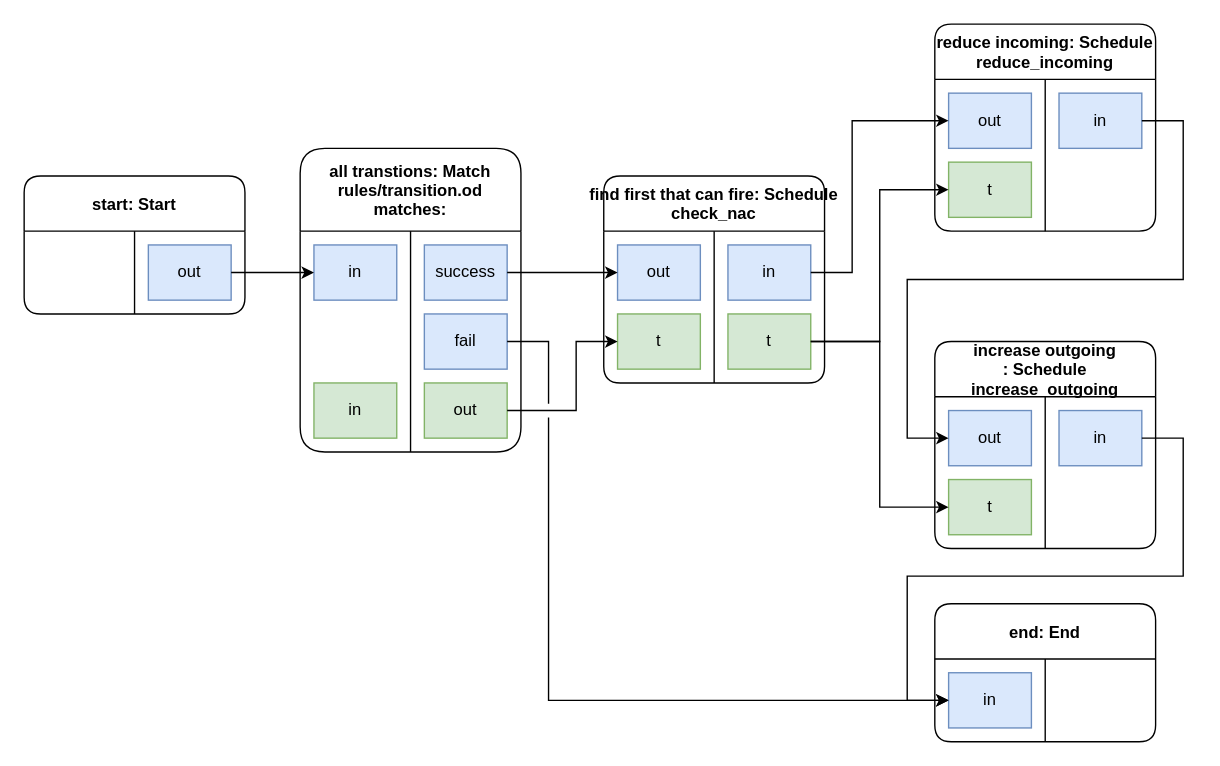
The draw.io diagram page "main" (1 of 4) of examples/petrinet/models/schedules/petrinet3.drawio in joeriexelmans/muMLE, before the edit. Source tidied: cells renumbered, new cells numbered last; positions are measured from the earlier drawing's top-left corner, leaving out a move shared by most shapes. Both pictures are drawn from the tidied source at 138%, with x=0, y=0 at pixel (23, 23).
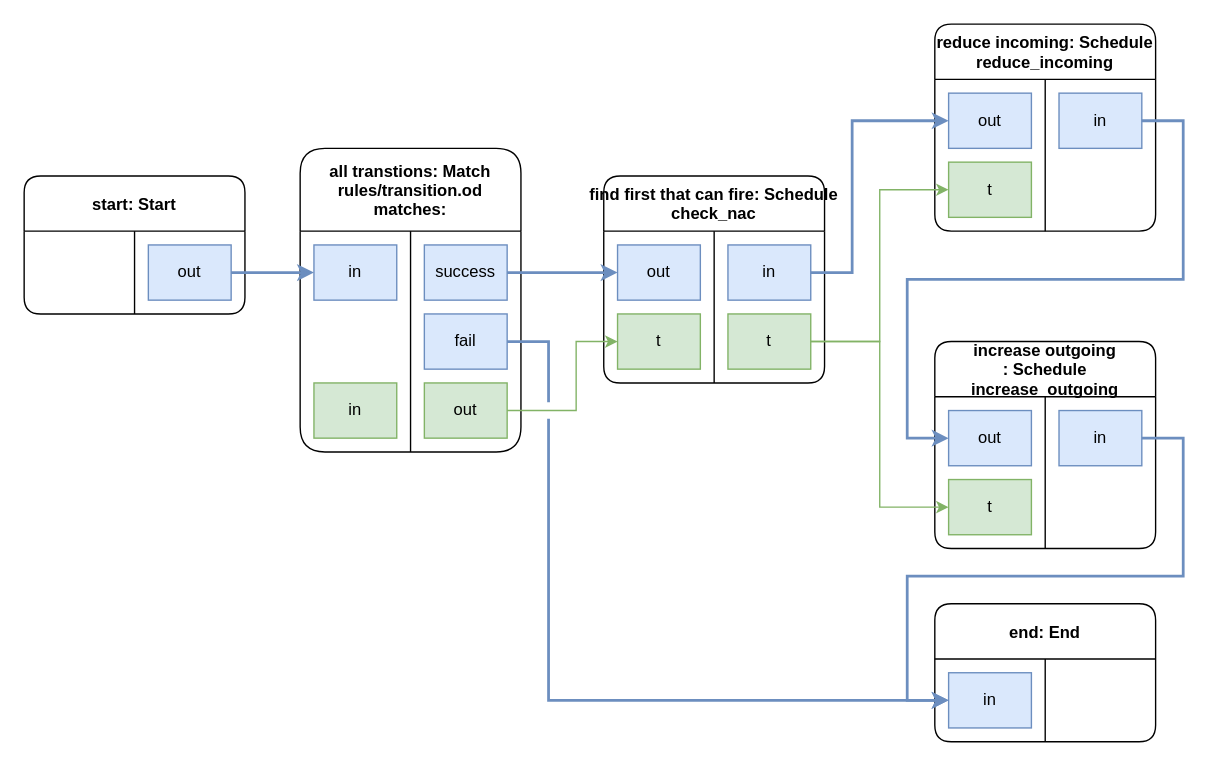
After the change.

The change refers to these unchanged cells:
```xml
<mxCell id="6" value="out" style="rounded=0;whiteSpace=wrap;html=1;fillColor=#dae8fc;strokeColor=#6c8ebf;" parent="5" vertex="1">
  <mxGeometry x="10" y="10" width="60" height="40" as="geometry" />
</mxCell>
<mxCell id="11" value="in" style="rounded=0;whiteSpace=wrap;html=1;fillColor=#dae8fc;strokeColor=#6c8ebf;" parent="9" vertex="1">
  <mxGeometry x="10" y="10" width="60" height="40" as="geometry" />
</mxCell>
<mxCell id="13" value="out" style="rounded=0;whiteSpace=wrap;html=1;fillColor=#d5e8d4;strokeColor=#82b366;" parent="12" vertex="1">
  <mxGeometry x="10" y="110" width="60" height="40" as="geometry" />
</mxCell>
<mxCell id="14" value="success" style="rounded=0;whiteSpace=wrap;html=1;fillColor=#dae8fc;strokeColor=#6c8ebf;" parent="12" vertex="1">
  <mxGeometry x="10" y="10" width="60" height="40" as="geometry" />
</mxCell>
<mxCell id="15" value="fail" style="rounded=0;whiteSpace=wrap;html=1;fillColor=#dae8fc;strokeColor=#6c8ebf;" parent="12" vertex="1">
  <mxGeometry x="10" y="60" width="60" height="40" as="geometry" />
</mxCell>
<mxCell id="20" value="out" style="rounded=0;whiteSpace=wrap;html=1;fillColor=#dae8fc;strokeColor=#6c8ebf;" parent="19" vertex="1">
  <mxGeometry x="10" y="10" width="60" height="40" as="geometry" />
</mxCell>
<mxCell id="21" value="t" style="rounded=0;whiteSpace=wrap;html=1;fillColor=#d5e8d4;strokeColor=#82b366;" parent="19" vertex="1">
  <mxGeometry x="10" y="60" width="60" height="40" as="geometry" />
</mxCell>
<mxCell id="23" value="in" style="rounded=0;whiteSpace=wrap;html=1;fillColor=#dae8fc;strokeColor=#6c8ebf;" parent="22" vertex="1">
  <mxGeometry x="10" y="10" width="60" height="40" as="geometry" />
</mxCell>
<mxCell id="24" value="t" style="rounded=0;whiteSpace=wrap;html=1;fillColor=#d5e8d4;strokeColor=#82b366;" parent="22" vertex="1">
  <mxGeometry x="10" y="60" width="60" height="40" as="geometry" />
</mxCell>
<mxCell id="29" value="out" style="rounded=0;whiteSpace=wrap;html=1;fillColor=#dae8fc;strokeColor=#6c8ebf;" parent="28" vertex="1">
  <mxGeometry x="10" y="10" width="60" height="40" as="geometry" />
</mxCell>
<mxCell id="30" value="t" style="rounded=0;whiteSpace=wrap;html=1;fillColor=#d5e8d4;strokeColor=#82b366;" parent="28" vertex="1">
  <mxGeometry x="10" y="60" width="60" height="40" as="geometry" />
</mxCell>
<mxCell id="32" value="in" style="rounded=0;whiteSpace=wrap;html=1;fillColor=#dae8fc;strokeColor=#6c8ebf;" parent="31" vertex="1">
  <mxGeometry x="10" y="10" width="60" height="40" as="geometry" />
</mxCell>
<mxCell id="36" value="out" style="rounded=0;whiteSpace=wrap;html=1;fillColor=#dae8fc;strokeColor=#6c8ebf;" parent="35" vertex="1">
  <mxGeometry x="10" y="10" width="60" height="40" as="geometry" />
</mxCell>
<mxCell id="37" value="t" style="rounded=0;whiteSpace=wrap;html=1;fillColor=#d5e8d4;strokeColor=#82b366;" parent="35" vertex="1">
  <mxGeometry x="10" y="60" width="60" height="40" as="geometry" />
</mxCell>
<mxCell id="39" value="in" style="rounded=0;whiteSpace=wrap;html=1;fillColor=#dae8fc;strokeColor=#6c8ebf;" parent="38" vertex="1">
  <mxGeometry x="10" y="10" width="60" height="40" as="geometry" />
</mxCell>
<mxCell id="44" value="in" style="rounded=0;whiteSpace=wrap;html=1;fillColor=#dae8fc;strokeColor=#6c8ebf;" parent="43" vertex="1">
  <mxGeometry x="10" y="10" width="60" height="40" as="geometry" />
</mxCell>
```

Change to the diagram source:
```diff
@@
-    <mxCell id="16" style="edgeStyle=orthogonalEdgeStyle;rounded=0;jettySize=auto;html=1;exitX=1;exitY=0.5;exitDx=0;exitDy=0;" parent="1" edge="1" source="6" target="11">
+    <mxCell id="16" style="edgeStyle=orthogonalEdgeStyle;rounded=0;jettySize=auto;html=1;exitX=1;exitY=0.5;exitDx=0;exitDy=0;fillColor=#dae8fc;strokeColor=#6c8ebf;strokeWidth=2;" parent="1" edge="1" source="6" target="11">
       <mxGeometry relative="1" as="geometry" />
     </mxCell>
@@
-    <mxCell id="25" style="edgeStyle=orthogonalEdgeStyle;rounded=0;jettySize=auto;html=1;exitX=1;exitY=0.5;exitDx=0;exitDy=0;entryX=0;entryY=0.5;entryDx=0;entryDy=0;" parent="1" edge="1" source="13" target="21">
+    <mxCell id="25" style="edgeStyle=orthogonalEdgeStyle;rounded=0;jettySize=auto;html=1;exitX=1;exitY=0.5;exitDx=0;exitDy=0;entryX=0;entryY=0.5;entryDx=0;entryDy=0;fillColor=#d5e8d4;strokeColor=#82b366;" parent="1" edge="1" source="13" target="21">
       <mxGeometry relative="1" as="geometry">
         <Array as="points">
           <mxPoint x="400" y="280" />
           <mxPoint x="400" y="230" />
         </Array>
       </mxGeometry>
     </mxCell>
@@
-    <mxCell id="40" style="edgeStyle=orthogonalEdgeStyle;rounded=0;jettySize=auto;html=1;exitX=1;exitY=0.5;exitDx=0;exitDy=0;entryX=0;entryY=0.5;entryDx=0;entryDy=0;" parent="1" edge="1" source="32" target="36">
+    <mxCell id="40" style="edgeStyle=orthogonalEdgeStyle;rounded=0;jettySize=auto;html=1;exitX=1;exitY=0.5;exitDx=0;exitDy=0;entryX=0;entryY=0.5;entryDx=0;entryDy=0;fillColor=#dae8fc;strokeColor=#6c8ebf;strokeWidth=2;" parent="1" edge="1" source="32" target="36">
       <mxGeometry relative="1" as="geometry">
         <Array as="points">
           <mxPoint x="839.9" y="70" />
           <mxPoint x="839.9" y="185" />
           <mxPoint x="639.9" y="185" />
           <mxPoint x="639.9" y="300" />
         </Array>
       </mxGeometry>
     </mxCell>
@@
-    <mxCell id="46" style="edgeStyle=orthogonalEdgeStyle;rounded=0;jettySize=auto;html=1;exitX=1;exitY=0.5;exitDx=0;exitDy=0;entryX=0;entryY=0.5;entryDx=0;entryDy=0;" parent="1" edge="1" source="14" target="20">
+    <mxCell id="46" style="edgeStyle=orthogonalEdgeStyle;rounded=0;jettySize=auto;html=1;exitX=1;exitY=0.5;exitDx=0;exitDy=0;entryX=0;entryY=0.5;entryDx=0;entryDy=0;fillColor=#dae8fc;strokeColor=#6c8ebf;strokeWidth=2;" parent="1" edge="1" source="14" target="20">
       <mxGeometry relative="1" as="geometry" />
     </mxCell>
-    <mxCell id="47" style="edgeStyle=orthogonalEdgeStyle;rounded=0;jettySize=auto;html=1;exitX=1;exitY=0.5;exitDx=0;exitDy=0;entryX=0;entryY=0.5;entryDx=0;entryDy=0;" parent="1" edge="1" source="39" target="44">
+    <mxCell id="47" style="edgeStyle=orthogonalEdgeStyle;rounded=0;jettySize=auto;html=1;exitX=1;exitY=0.5;exitDx=0;exitDy=0;entryX=0;entryY=0.5;entryDx=0;entryDy=0;fillColor=#dae8fc;strokeColor=#6c8ebf;strokeWidth=2;" parent="1" edge="1" source="39" target="44">
       <mxGeometry relative="1" as="geometry">
         <Array as="points">
           <mxPoint x="839.9" y="300" />
           <mxPoint x="839.9" y="400" />
           <mxPoint x="639.9" y="400" />
           <mxPoint x="639.9" y="490" />
         </Array>
       </mxGeometry>
     </mxCell>
-    <mxCell id="48" style="edgeStyle=orthogonalEdgeStyle;rounded=0;jettySize=auto;html=1;exitX=1;exitY=0.5;exitDx=0;exitDy=0;entryX=0;entryY=0.5;entryDx=0;entryDy=0;curved=0;jumpStyle=gap;jumpSize=10;" parent="1" edge="1" source="15" target="44">
+    <mxCell id="48" style="edgeStyle=orthogonalEdgeStyle;rounded=0;jettySize=auto;html=1;exitX=1;exitY=0.5;exitDx=0;exitDy=0;entryX=0;entryY=0.5;entryDx=0;entryDy=0;curved=0;jumpStyle=gap;jumpSize=10;fillColor=#dae8fc;strokeColor=#6c8ebf;strokeWidth=2;" parent="1" edge="1" source="15" target="44">
       <mxGeometry relative="1" as="geometry">
         <Array as="points">
           <mxPoint x="380" y="230" />
           <mxPoint x="380" y="490" />
         </Array>
       </mxGeometry>
     </mxCell>
-    <mxCell id="49" style="edgeStyle=orthogonalEdgeStyle;rounded=0;jettySize=auto;html=1;exitX=1;exitY=0.5;exitDx=0;exitDy=0;entryX=0;entryY=0.5;entryDx=0;entryDy=0;" parent="1" edge="1" source="24" target="30">
+    <mxCell id="49" style="edgeStyle=orthogonalEdgeStyle;rounded=0;jettySize=auto;html=1;exitX=1;exitY=0.5;exitDx=0;exitDy=0;entryX=0;entryY=0.5;entryDx=0;entryDy=0;fillColor=#d5e8d4;strokeColor=#82b366;" parent="1" edge="1" source="24" target="30">
       <mxGeometry relative="1" as="geometry" />
     </mxCell>
-    <mxCell id="50" style="edgeStyle=orthogonalEdgeStyle;rounded=0;jettySize=auto;html=1;exitX=1;exitY=0.5;exitDx=0;exitDy=0;entryX=0;entryY=0.5;entryDx=0;entryDy=0;" parent="1" edge="1" source="24" target="37">
+    <mxCell id="50" style="edgeStyle=orthogonalEdgeStyle;rounded=0;jettySize=auto;html=1;exitX=1;exitY=0.5;exitDx=0;exitDy=0;entryX=0;entryY=0.5;entryDx=0;entryDy=0;fillColor=#d5e8d4;strokeColor=#82b366;" parent="1" edge="1" source="24" target="37">
       <mxGeometry relative="1" as="geometry" />
     </mxCell>
-    <mxCell id="51" style="edgeStyle=orthogonalEdgeStyle;rounded=0;jettySize=auto;html=1;exitX=1;exitY=0.5;exitDx=0;exitDy=0;entryX=0;entryY=0.5;entryDx=0;entryDy=0;" parent="1" edge="1" source="23" target="29">
+    <mxCell id="51" style="edgeStyle=orthogonalEdgeStyle;rounded=0;jettySize=auto;html=1;exitX=1;exitY=0.5;exitDx=0;exitDy=0;entryX=0;entryY=0.5;entryDx=0;entryDy=0;fillColor=#dae8fc;strokeColor=#6c8ebf;strokeWidth=2;" parent="1" edge="1" source="23" target="29">
       <mxGeometry relative="1" as="geometry">
         <Array as="points">
           <mxPoint x="600" y="180" />
           <mxPoint x="600" y="70" />
         </Array>
       </mxGeometry>
     </mxCell>
```
